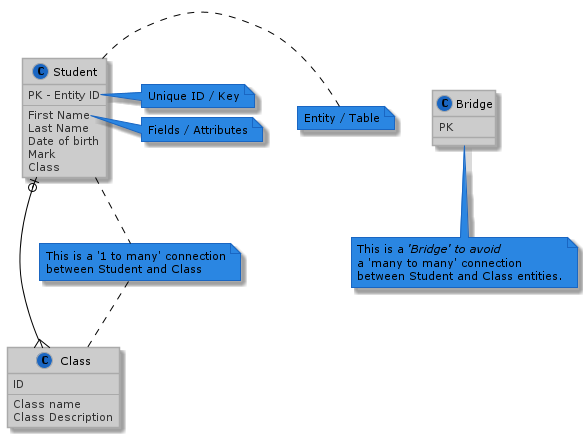
The PlantUML diagram out/uml/SampleUML/SampleERD.png in Dale-NUC-org/Noroff_RJ_Template_Latex, before a commit. The source it was exported from:
```plantuml
@startuml SampleERD
!define LIGHTBLUE
!includeurl https://raw.githubusercontent.com/Drakemor/RedDress-PlantUML/master/style.puml


class Class {
    ID
    --
    Class name
    Class Description
}

class Bridge {
    PK
}

class Student {
    PK - Entity ID
    --
    First Name
    Last Name
    Date of birth
    Mark
    Class
}
note right: Entity / Table

note right of Student::"PK - Entity ID"
    Unique ID / Key
end note

note right of Student::"First Name"
    Fields / Attributes
end note

note as NoteFloat01
    This is a <i>'Bridge' to avoid
    a 'many to many' connection
    between Student and Class entities.
end note

note as NoteFloat02
    This is a '1 to many' connection
    between Student and Class
end note

Student .. NoteFloat02
NoteFloat02 .. Class

Bridge .. NoteFloat01

Student |o--{ Class


@enduml
```
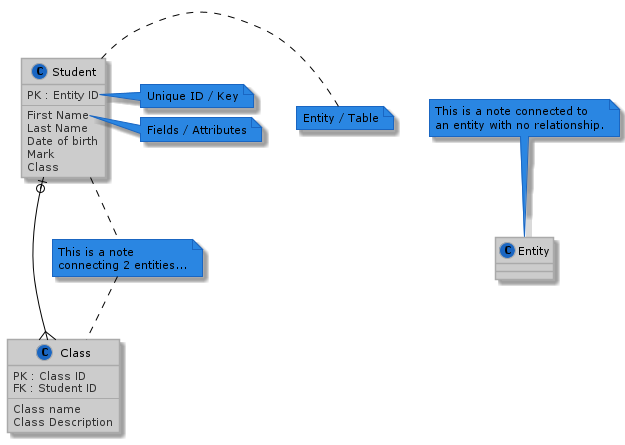
After the change.

Commit message:
New ERD sample figure

The edit, as a diff of the source:
```diff
@@ -2,20 +2,16 @@
 !define LIGHTBLUE
 !includeurl https://raw.githubusercontent.com/Drakemor/RedDress-PlantUML/master/style.puml
 
-
 class Class {
-    ID
+    PK : Class ID
+    FK : Student ID
     --
     Class name
     Class Description
 }
 
-class Bridge {
-    PK
-}
-
 class Student {
-    PK - Entity ID
+    PK : Entity ID
     --
     First Name
     Last Name
@@ -25,7 +21,7 @@
 }
 note right: Entity / Table
 
-note right of Student::"PK - Entity ID"
+note right of Student::"PK : Entity ID"
     Unique ID / Key
 end note
 
@@ -34,22 +30,20 @@
 end note
 
 note as NoteFloat01
-    This is a <i>'Bridge' to avoid
-    a 'many to many' connection
-    between Student and Class entities.
+    This is a note connected to
+    an entity with no relationship.
 end note
 
 note as NoteFloat02
-    This is a '1 to many' connection
-    between Student and Class
+    This is a note
+    connecting 2 entities...
 end note
 
 Student .. NoteFloat02
 NoteFloat02 .. Class
 
-Bridge .. NoteFloat01
+NoteFloat01 .. Entity
 
 Student |o--{ Class
 
-
 @enduml
```
